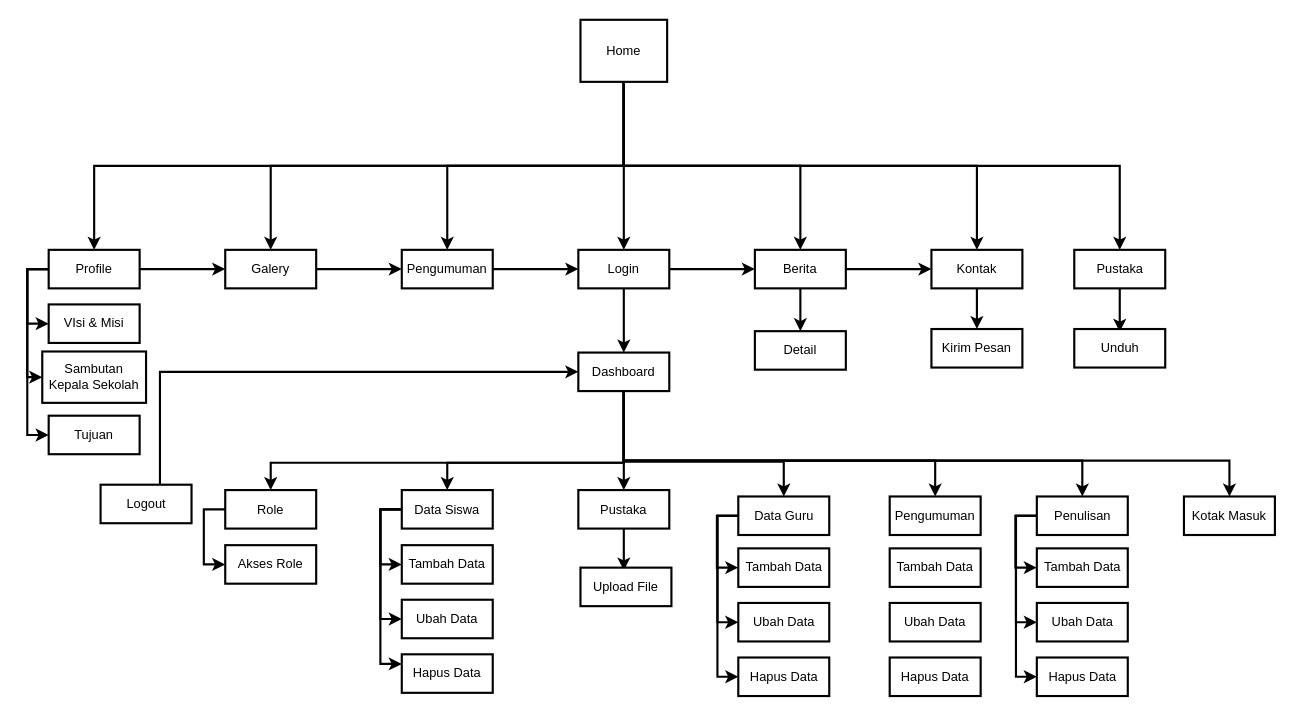
This is page "Page-2" (2 of 4) of Untitled Diagram.drawio from aldonicolaz/siakad-petrus, a draw.io file, before an edit. Source tidied: cells renumbered, new cells numbered last; positions are measured from the earlier drawing's top-left corner, leaving out a move shared by most shapes. Both pictures are drawn from the tidied source at 107%, with x=0, y=0 at pixel (42, 19).
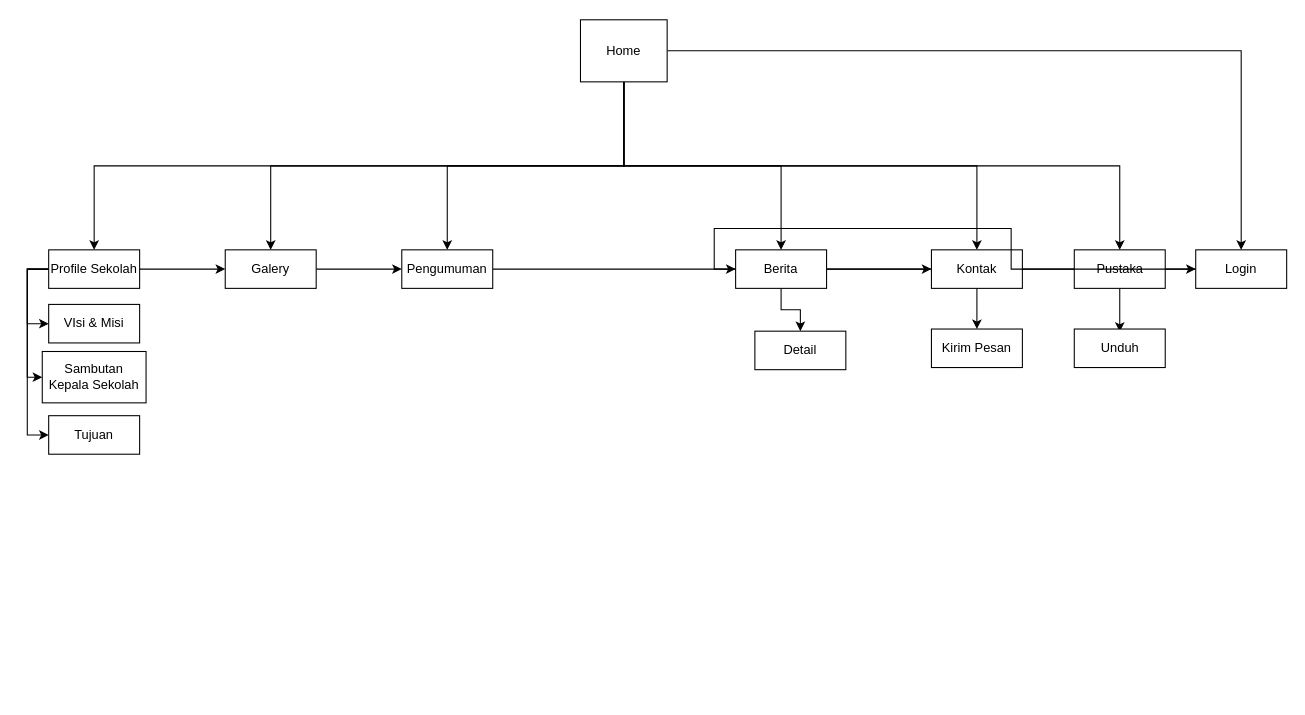
After the change.

The edit, as a diff of the source:
```diff
@@
-    <mxCell id="2" style="edgeStyle=orthogonalEdgeStyle;rounded=0;jettySize=auto;html=1;entryX=0.5;entryY=0;entryDx=0;entryDy=0;exitX=0.5;exitY=1;exitDx=0;exitDy=0;strokeWidth=2;" parent="1" edge="1" source="9" target="14">
+    <mxCell id="2" style="edgeStyle=orthogonalEdgeStyle;rounded=0;jettySize=auto;html=1;entryX=0.5;entryY=0;entryDx=0;entryDy=0;exitX=0.5;exitY=1;exitDx=0;exitDy=0;strokeWidth=1;" parent="1" edge="1" source="9" target="14">
       <mxGeometry relative="1" as="geometry" />
     </mxCell>
-    <mxCell id="3" style="edgeStyle=orthogonalEdgeStyle;rounded=0;jettySize=auto;html=1;exitX=0.5;exitY=1;exitDx=0;exitDy=0;strokeWidth=2;" parent="1" edge="1" source="9" target="16">
+    <mxCell id="3" style="edgeStyle=orthogonalEdgeStyle;rounded=0;jettySize=auto;html=1;exitX=0.5;exitY=1;exitDx=0;exitDy=0;strokeWidth=1;" parent="1" edge="1" source="9" target="16">
       <mxGeometry relative="1" as="geometry" />
     </mxCell>
-    <mxCell id="4" style="edgeStyle=orthogonalEdgeStyle;rounded=0;jettySize=auto;html=1;entryX=0.5;entryY=0;entryDx=0;entryDy=0;exitX=0.5;exitY=1;exitDx=0;exitDy=0;strokeWidth=2;" parent="1" edge="1" source="9" target="18">
+    <mxCell id="4" style="edgeStyle=orthogonalEdgeStyle;rounded=0;jettySize=auto;html=1;entryX=0.5;entryY=0;entryDx=0;entryDy=0;exitX=0.5;exitY=1;exitDx=0;exitDy=0;strokeWidth=1;" parent="1" edge="1" source="9" target="18">
       <mxGeometry relative="1" as="geometry" />
     </mxCell>
-    <mxCell id="5" style="edgeStyle=orthogonalEdgeStyle;rounded=0;jettySize=auto;html=1;exitX=0.5;exitY=1;exitDx=0;exitDy=0;strokeWidth=2;" parent="1" edge="1" source="9" target="29">
+    <mxCell id="5" style="edgeStyle=orthogonalEdgeStyle;rounded=0;jettySize=auto;html=1;exitX=0.5;exitY=1;exitDx=0;exitDy=0;strokeWidth=1;" parent="1" edge="1" source="9" target="29">
       <mxGeometry relative="1" as="geometry" />
     </mxCell>
-    <mxCell id="6" style="edgeStyle=orthogonalEdgeStyle;rounded=0;jettySize=auto;html=1;exitX=0.5;exitY=1;exitDx=0;exitDy=0;strokeWidth=2;" parent="1" edge="1" source="9" target="31">
+    <mxCell id="6" style="edgeStyle=orthogonalEdgeStyle;rounded=0;jettySize=auto;html=1;exitX=0.5;exitY=1;exitDx=0;exitDy=0;strokeWidth=1;" parent="1" edge="1" source="9" target="31">
       <mxGeometry relative="1" as="geometry" />
     </mxCell>
-    <mxCell id="7" style="edgeStyle=orthogonalEdgeStyle;rounded=0;jettySize=auto;html=1;entryX=0.5;entryY=0;entryDx=0;entryDy=0;exitX=0.5;exitY=1;exitDx=0;exitDy=0;strokeWidth=2;" parent="1" edge="1" source="9" target="33">
+    <mxCell id="7" style="edgeStyle=orthogonalEdgeStyle;rounded=0;jettySize=auto;html=1;entryX=0.5;entryY=0;entryDx=0;entryDy=0;exitX=0.5;exitY=1;exitDx=0;exitDy=0;strokeWidth=1;" parent="1" edge="1" source="9" target="33">
       <mxGeometry relative="1" as="geometry" />
     </mxCell>
-    <mxCell id="8" style="edgeStyle=orthogonalEdgeStyle;rounded=0;jettySize=auto;html=1;strokeWidth=2;" parent="1" edge="1" source="9" target="75">
+    <mxCell id="8" style="edgeStyle=orthogonalEdgeStyle;rounded=0;jettySize=auto;html=1;strokeWidth=1;" parent="1" edge="1" source="9" target="75">
       <mxGeometry relative="1" as="geometry" />
     </mxCell>
-    <mxCell id="9" value="Home" style="rounded=0;whiteSpace=wrap;html=1;strokeWidth=2;" parent="1" vertex="1">
+    <mxCell id="9" value="Home" style="rounded=0;whiteSpace=wrap;html=1;strokeWidth=1;" parent="1" vertex="1">
       <mxGeometry x="503" width="81" height="58" as="geometry" />
     </mxCell>
-    <mxCell id="10" style="edgeStyle=orthogonalEdgeStyle;rounded=0;jettySize=auto;html=1;entryX=0;entryY=0.5;entryDx=0;entryDy=0;strokeWidth=2;" parent="1" edge="1" source="14" target="16">
+    <mxCell id="10" style="edgeStyle=orthogonalEdgeStyle;rounded=0;jettySize=auto;html=1;entryX=0;entryY=0.5;entryDx=0;entryDy=0;strokeWidth=1;" parent="1" edge="1" source="14" target="16">
       <mxGeometry relative="1" as="geometry" />
     </mxCell>
-    <mxCell id="11" style="edgeStyle=orthogonalEdgeStyle;rounded=0;jettySize=auto;html=1;entryX=0;entryY=0.5;entryDx=0;entryDy=0;exitX=0;exitY=0.5;exitDx=0;exitDy=0;strokeWidth=2;" parent="1" edge="1" source="14" target="34">
+    <mxCell id="11" style="edgeStyle=orthogonalEdgeStyle;rounded=0;jettySize=auto;html=1;entryX=0;entryY=0.5;entryDx=0;entryDy=0;exitX=0;exitY=0.5;exitDx=0;exitDy=0;strokeWidth=1;" parent="1" edge="1" source="14" target="34">
       <mxGeometry relative="1" as="geometry" />
     </mxCell>
-    <mxCell id="12" style="edgeStyle=orthogonalEdgeStyle;rounded=0;jettySize=auto;html=1;exitX=0;exitY=0.5;exitDx=0;exitDy=0;entryX=0;entryY=0.5;entryDx=0;entryDy=0;strokeWidth=2;" parent="1" edge="1" source="14" target="35">
+    <mxCell id="12" style="edgeStyle=orthogonalEdgeStyle;rounded=0;jettySize=auto;html=1;exitX=0;exitY=0.5;exitDx=0;exitDy=0;entryX=0;entryY=0.5;entryDx=0;entryDy=0;strokeWidth=1;" parent="1" edge="1" source="14" target="35">
       <mxGeometry relative="1" as="geometry" />
     </mxCell>
-    <mxCell id="13" style="edgeStyle=orthogonalEdgeStyle;rounded=0;jettySize=auto;html=1;exitX=0;exitY=0.5;exitDx=0;exitDy=0;entryX=0;entryY=0.5;entryDx=0;entryDy=0;strokeWidth=2;" parent="1" edge="1" source="14" target="36">
+    <mxCell id="13" style="edgeStyle=orthogonalEdgeStyle;rounded=0;jettySize=auto;html=1;exitX=0;exitY=0.5;exitDx=0;exitDy=0;entryX=0;entryY=0.5;entryDx=0;entryDy=0;strokeWidth=1;" parent="1" edge="1" source="14" target="36">
       <mxGeometry relative="1" as="geometry" />
     </mxCell>
-    <mxCell id="14" value="Profile" style="rounded=0;whiteSpace=wrap;html=1;strokeWidth=2;" parent="1" vertex="1">
+    <mxCell id="14" value="Profile Sekolah&lt;br&gt;" style="rounded=0;whiteSpace=wrap;html=1;strokeWidth=1;" parent="1" vertex="1">
       <mxGeometry x="6" y="215" width="85" height="36" as="geometry" />
     </mxCell>
-    <mxCell id="15" style="edgeStyle=orthogonalEdgeStyle;rounded=0;jettySize=auto;html=1;strokeWidth=2;" parent="1" edge="1" source="16" target="18">
+    <mxCell id="15" style="edgeStyle=orthogonalEdgeStyle;rounded=0;jettySize=auto;html=1;strokeWidth=1;" parent="1" edge="1" source="16" target="18">
       <mxGeometry relative="1" as="geometry" />
     </mxCell>
-    <mxCell id="16" value="Galery" style="rounded=0;whiteSpace=wrap;html=1;strokeWidth=2;" parent="1" vertex="1">
+    <mxCell id="16" value="Galery" style="rounded=0;whiteSpace=wrap;html=1;strokeWidth=1;" parent="1" vertex="1">
       <mxGeometry x="171" y="215" width="85" height="36" as="geometry" />
     </mxCell>
-    <mxCell id="17" style="edgeStyle=orthogonalEdgeStyle;rounded=0;jettySize=auto;html=1;entryX=0;entryY=0.5;entryDx=0;entryDy=0;strokeWidth=2;" parent="1" edge="1" source="18" target="75">
+    <mxCell id="17" style="edgeStyle=orthogonalEdgeStyle;rounded=0;jettySize=auto;html=1;entryX=0;entryY=0.5;entryDx=0;entryDy=0;strokeWidth=1;" parent="1" edge="1" source="18" target="75">
       <mxGeometry relative="1" as="geometry" />
     </mxCell>
-    <mxCell id="18" value="Pengumuman" style="rounded=0;whiteSpace=wrap;html=1;strokeWidth=2;" parent="1" vertex="1">
+    <mxCell id="18" value="Pengumuman" style="rounded=0;whiteSpace=wrap;html=1;strokeWidth=1;" parent="1" vertex="1">
       <mxGeometry x="336" y="215" width="85" height="36" as="geometry" />
     </mxCell>
-    <mxCell id="19" style="edgeStyle=orthogonalEdgeStyle;rounded=0;jettySize=auto;html=1;entryX=0.5;entryY=0;entryDx=0;entryDy=0;strokeWidth=2;" parent="1" edge="1" source="26" target="43">
-      <mxGeometry relative="1" as="geometry">
-        <Array as="points">
-          <mxPoint x="544" y="414" />
-          <mxPoint x="214" y="414" />
-        </Array>
-      </mxGeometry>
-    </mxCell>
-    <mxCell id="20" style="edgeStyle=orthogonalEdgeStyle;rounded=0;jettySize=auto;html=1;entryX=0.5;entryY=0;entryDx=0;entryDy=0;strokeWidth=2;" parent="1" edge="1" source="26" target="47">
-      <mxGeometry relative="1" as="geometry">
-        <Array as="points">
-          <mxPoint x="544" y="414" />
-          <mxPoint x="379" y="414" />
-        </Array>
-      </mxGeometry>
-    </mxCell>
-    <mxCell id="21" style="edgeStyle=orthogonalEdgeStyle;rounded=0;jettySize=auto;html=1;strokeWidth=2;" parent="1" edge="1" source="26" target="49">
-      <mxGeometry relative="1" as="geometry" />
-    </mxCell>
-    <mxCell id="22" style="edgeStyle=orthogonalEdgeStyle;rounded=0;jettySize=auto;html=1;strokeWidth=2;" parent="1" edge="1" source="26" target="53">
-      <mxGeometry relative="1" as="geometry">
-        <Array as="points">
-          <mxPoint x="544" y="413" />
-          <mxPoint x="693" y="413" />
-        </Array>
-      </mxGeometry>
-    </mxCell>
-    <mxCell id="23" style="edgeStyle=orthogonalEdgeStyle;rounded=0;jettySize=auto;html=1;entryX=0.5;entryY=0;entryDx=0;entryDy=0;strokeWidth=2;" parent="1" edge="1" source="26" target="54">
-      <mxGeometry relative="1" as="geometry">
-        <Array as="points">
-          <mxPoint x="544" y="412" />
-          <mxPoint x="835" y="412" />
-        </Array>
-      </mxGeometry>
-    </mxCell>
-    <mxCell id="24" style="edgeStyle=orthogonalEdgeStyle;rounded=0;jettySize=auto;html=1;entryX=0.5;entryY=0;entryDx=0;entryDy=0;strokeWidth=2;" parent="1" edge="1" source="26" target="58">
-      <mxGeometry relative="1" as="geometry">
-        <Array as="points">
-          <mxPoint x="544" y="412" />
-          <mxPoint x="972" y="412" />
-        </Array>
-      </mxGeometry>
-    </mxCell>
-    <mxCell id="25" style="edgeStyle=orthogonalEdgeStyle;rounded=0;jettySize=auto;html=1;entryX=0.5;entryY=0;entryDx=0;entryDy=0;strokeWidth=2;" parent="1" edge="1" source="26" target="59">
-      <mxGeometry relative="1" as="geometry">
-        <Array as="points">
-          <mxPoint x="544" y="412" />
-          <mxPoint x="1110" y="412" />
-        </Array>
-      </mxGeometry>
-    </mxCell>
-    <mxCell id="26" value="Dashboard" style="rounded=0;whiteSpace=wrap;html=1;strokeWidth=2;" parent="1" vertex="1">
-      <mxGeometry x="501" y="311" width="85" height="36" as="geometry" />
-    </mxCell>
-    <mxCell id="27" style="edgeStyle=orthogonalEdgeStyle;rounded=0;jettySize=auto;html=1;strokeWidth=2;" parent="1" edge="1" source="29" target="31">
+    <mxCell id="27" style="edgeStyle=orthogonalEdgeStyle;rounded=0;jettySize=auto;html=1;strokeWidth=1;" parent="1" edge="1" source="29" target="31">
       <mxGeometry relative="1" as="geometry" />
     </mxCell>
-    <mxCell id="28" style="edgeStyle=orthogonalEdgeStyle;rounded=0;jettySize=auto;html=1;strokeWidth=2;" parent="1" edge="1" source="29" target="38">
+    <mxCell id="28" style="edgeStyle=orthogonalEdgeStyle;rounded=0;jettySize=auto;html=1;strokeWidth=1;" parent="1" edge="1" source="29" target="38">
       <mxGeometry relative="1" as="geometry" />
     </mxCell>
-    <mxCell id="29" value="Berita" style="rounded=0;whiteSpace=wrap;html=1;strokeWidth=2;" parent="1" vertex="1">
-      <mxGeometry x="666" y="215" width="85" height="36" as="geometry" />
+    <mxCell id="29" value="Berita" style="rounded=0;whiteSpace=wrap;html=1;strokeWidth=1;" parent="1" vertex="1">
+      <mxGeometry x="648" y="215" width="85" height="36" as="geometry" />
     </mxCell>
-    <mxCell id="30" style="edgeStyle=orthogonalEdgeStyle;rounded=0;jettySize=auto;html=1;entryX=0.5;entryY=0;entryDx=0;entryDy=0;strokeWidth=2;" parent="1" edge="1" source="31" target="39">
+    <mxCell id="30" style="edgeStyle=orthogonalEdgeStyle;rounded=0;jettySize=auto;html=1;entryX=0.5;entryY=0;entryDx=0;entryDy=0;strokeWidth=1;" parent="1" edge="1" source="31" target="39">
       <mxGeometry relative="1" as="geometry" />
     </mxCell>
-    <mxCell id="31" value="Kontak" style="rounded=0;whiteSpace=wrap;html=1;strokeWidth=2;" parent="1" vertex="1">
+    <mxCell id="31" value="Kontak" style="rounded=0;whiteSpace=wrap;html=1;strokeWidth=1;" parent="1" vertex="1">
       <mxGeometry x="831" y="215" width="85" height="36" as="geometry" />
     </mxCell>
-    <mxCell id="32" style="edgeStyle=orthogonalEdgeStyle;rounded=0;jettySize=auto;html=1;strokeWidth=2;" parent="1" edge="1" source="33">
+    <mxCell id="32" style="edgeStyle=orthogonalEdgeStyle;rounded=0;jettySize=auto;html=1;strokeWidth=1;" parent="1" edge="1" source="33">
       <mxGeometry relative="1" as="geometry">
         <mxPoint x="1007" y="291.6" as="targetPoint" />
       </mxGeometry>
     </mxCell>
-    <mxCell id="33" value="Pustaka" style="rounded=0;whiteSpace=wrap;html=1;strokeWidth=2;" parent="1" vertex="1">
+    <mxCell id="33" value="Pustaka" style="rounded=0;whiteSpace=wrap;html=1;strokeWidth=1;" parent="1" vertex="1">
       <mxGeometry x="964.5" y="215" width="85" height="36" as="geometry" />
     </mxCell>
-    <mxCell id="34" value="VIsi &amp;amp; Misi" style="rounded=0;whiteSpace=wrap;html=1;strokeWidth=2;" parent="1" vertex="1">
+    <mxCell id="34" value="VIsi &amp;amp; Misi" style="rounded=0;whiteSpace=wrap;html=1;strokeWidth=1;" parent="1" vertex="1">
       <mxGeometry x="6" y="266" width="85" height="36" as="geometry" />
     </mxCell>
-    <mxCell id="35" value="Sambutan Kepala Sekolah" style="rounded=0;whiteSpace=wrap;html=1;strokeWidth=2;" parent="1" vertex="1">
+    <mxCell id="35" value="Sambutan Kepala Sekolah" style="rounded=0;whiteSpace=wrap;html=1;strokeWidth=1;" parent="1" vertex="1">
       <mxGeometry y="310" width="97" height="48" as="geometry" />
     </mxCell>
-    <mxCell id="36" value="Tujuan" style="rounded=0;whiteSpace=wrap;html=1;strokeWidth=2;" parent="1" vertex="1">
+    <mxCell id="36" value="Tujuan" style="rounded=0;whiteSpace=wrap;html=1;strokeWidth=1;" parent="1" vertex="1">
       <mxGeometry x="6" y="370" width="85" height="36" as="geometry" />
     </mxCell>
-    <mxCell id="37" value="Unduh" style="rounded=0;whiteSpace=wrap;html=1;strokeWidth=2;" parent="1" vertex="1">
+    <mxCell id="37" value="Unduh" style="rounded=0;whiteSpace=wrap;html=1;strokeWidth=1;" parent="1" vertex="1">
       <mxGeometry x="964.5" y="289" width="85" height="36" as="geometry" />
     </mxCell>
-    <mxCell id="38" value="Detail" style="rounded=0;whiteSpace=wrap;html=1;strokeWidth=2;" parent="1" vertex="1">
+    <mxCell id="38" value="Detail" style="rounded=0;whiteSpace=wrap;html=1;strokeWidth=1;" parent="1" vertex="1">
       <mxGeometry x="666" y="291" width="85" height="36" as="geometry" />
     </mxCell>
-    <mxCell id="39" value="Kirim Pesan" style="rounded=0;whiteSpace=wrap;html=1;strokeWidth=2;" parent="1" vertex="1">
+    <mxCell id="39" value="Kirim Pesan" style="rounded=0;whiteSpace=wrap;html=1;strokeWidth=1;" parent="1" vertex="1">
       <mxGeometry x="831" y="289" width="85" height="36" as="geometry" />
     </mxCell>
-    <mxCell id="40" style="edgeStyle=orthogonalEdgeStyle;rounded=0;jettySize=auto;html=1;entryX=0;entryY=0.5;entryDx=0;entryDy=0;strokeWidth=2;" parent="1" edge="1" source="41" target="26">
-      <mxGeometry relative="1" as="geometry">
-        <Array as="points">
-          <mxPoint x="110" y="329" />
-        </Array>
-      </mxGeometry>
-    </mxCell>
-    <mxCell id="41" value="Logout" style="rounded=0;whiteSpace=wrap;html=1;strokeWidth=2;" parent="1" vertex="1">
-      <mxGeometry x="54.5" y="434.5" width="85" height="36" as="geometry" />
-    </mxCell>
-    <mxCell id="42" style="edgeStyle=orthogonalEdgeStyle;rounded=0;jettySize=auto;html=1;entryX=0;entryY=0.5;entryDx=0;entryDy=0;strokeWidth=2;exitX=0;exitY=0.5;exitDx=0;exitDy=0;" parent="1" edge="1" source="43" target="60">
-      <mxGeometry relative="1" as="geometry" />
-    </mxCell>
-    <mxCell id="43" value="Role" style="rounded=0;whiteSpace=wrap;html=1;strokeWidth=2;" parent="1" vertex="1">
-      <mxGeometry x="171" y="439.5" width="85" height="36" as="geometry" />
-    </mxCell>
-    <mxCell id="44" style="edgeStyle=orthogonalEdgeStyle;rounded=0;jettySize=auto;html=1;entryX=0;entryY=0.5;entryDx=0;entryDy=0;exitX=0;exitY=0.5;exitDx=0;exitDy=0;strokeWidth=2;" parent="1" edge="1" source="47" target="61">
-      <mxGeometry relative="1" as="geometry" />
-    </mxCell>
-    <mxCell id="45" style="edgeStyle=orthogonalEdgeStyle;rounded=0;jettySize=auto;html=1;entryX=0;entryY=0.5;entryDx=0;entryDy=0;strokeWidth=2;" parent="1" edge="1" source="47" target="62">
-      <mxGeometry relative="1" as="geometry">
-        <Array as="points">
-          <mxPoint x="316" y="458" />
-          <mxPoint x="316" y="560" />
-        </Array>
-      </mxGeometry>
-    </mxCell>
-    <mxCell id="46" style="edgeStyle=orthogonalEdgeStyle;rounded=0;jettySize=auto;html=1;entryX=0;entryY=0.25;entryDx=0;entryDy=0;strokeWidth=2;" parent="1" edge="1" source="47" target="63">
-      <mxGeometry relative="1" as="geometry">
-        <Array as="points">
-          <mxPoint x="316" y="458" />
-          <mxPoint x="316" y="602" />
-        </Array>
-      </mxGeometry>
-    </mxCell>
-    <mxCell id="47" value="Data Siswa" style="rounded=0;whiteSpace=wrap;html=1;strokeWidth=2;" parent="1" vertex="1">
-      <mxGeometry x="336" y="439.5" width="85" height="36" as="geometry" />
-    </mxCell>
-    <mxCell id="48" style="edgeStyle=orthogonalEdgeStyle;rounded=0;jettySize=auto;html=1;strokeWidth=2;" parent="1" edge="1" source="49">
-      <mxGeometry relative="1" as="geometry">
-        <mxPoint x="543.5" y="514.7" as="targetPoint" />
-      </mxGeometry>
-    </mxCell>
-    <mxCell id="49" value="Pustaka" style="rounded=0;whiteSpace=wrap;html=1;strokeWidth=2;" parent="1" vertex="1">
-      <mxGeometry x="501" y="439.5" width="85" height="36" as="geometry" />
-    </mxCell>
-    <mxCell id="50" style="edgeStyle=orthogonalEdgeStyle;rounded=0;jettySize=auto;html=1;entryX=0;entryY=0.5;entryDx=0;entryDy=0;exitX=0;exitY=0.5;exitDx=0;exitDy=0;strokeWidth=2;" parent="1" edge="1" source="53" target="64">
-      <mxGeometry relative="1" as="geometry" />
-    </mxCell>
-    <mxCell id="51" style="edgeStyle=orthogonalEdgeStyle;rounded=0;jettySize=auto;html=1;entryX=0;entryY=0.5;entryDx=0;entryDy=0;strokeWidth=2;" parent="1" edge="1" source="53" target="65">
-      <mxGeometry relative="1" as="geometry">
-        <Array as="points">
-          <mxPoint x="631" y="464" />
-          <mxPoint x="631" y="563" />
-        </Array>
-      </mxGeometry>
-    </mxCell>
-    <mxCell id="52" style="edgeStyle=orthogonalEdgeStyle;rounded=0;jettySize=auto;html=1;entryX=0;entryY=0.5;entryDx=0;entryDy=0;strokeWidth=2;" parent="1" edge="1" source="53" target="66">
-      <mxGeometry relative="1" as="geometry">
-        <Array as="points">
-          <mxPoint x="631" y="464" />
-          <mxPoint x="631" y="614" />
-        </Array>
-      </mxGeometry>
-    </mxCell>
-    <mxCell id="53" value="Data Guru" style="rounded=0;whiteSpace=wrap;html=1;strokeWidth=2;" parent="1" vertex="1">
-      <mxGeometry x="650.5" y="445.5" width="85" height="36" as="geometry" />
-    </mxCell>
-    <mxCell id="54" value="Pengumuman" style="rounded=0;whiteSpace=wrap;html=1;strokeWidth=2;" parent="1" vertex="1">
-      <mxGeometry x="792" y="445.5" width="85" height="36" as="geometry" />
-    </mxCell>
-    <mxCell id="55" style="edgeStyle=orthogonalEdgeStyle;rounded=0;jettySize=auto;html=1;entryX=0;entryY=0.5;entryDx=0;entryDy=0;exitX=0;exitY=0.5;exitDx=0;exitDy=0;strokeWidth=2;" parent="1" edge="1" source="58" target="70">
-      <mxGeometry relative="1" as="geometry" />
-    </mxCell>
-    <mxCell id="56" style="edgeStyle=orthogonalEdgeStyle;rounded=0;jettySize=auto;html=1;entryX=0;entryY=0.5;entryDx=0;entryDy=0;strokeWidth=2;" parent="1" edge="1" source="58" target="71">
-      <mxGeometry relative="1" as="geometry">
-        <Array as="points">
-          <mxPoint x="910" y="464" />
-          <mxPoint x="910" y="563" />
-        </Array>
-      </mxGeometry>
-    </mxCell>
-    <mxCell id="57" style="edgeStyle=orthogonalEdgeStyle;rounded=0;jettySize=auto;html=1;entryX=0;entryY=0.5;entryDx=0;entryDy=0;strokeWidth=2;" parent="1" edge="1" source="58" target="72">
-      <mxGeometry relative="1" as="geometry">
-        <Array as="points">
-          <mxPoint x="910" y="464" />
-          <mxPoint x="910" y="614" />
-        </Array>
-      </mxGeometry>
-    </mxCell>
-    <mxCell id="58" value="Penulisan" style="rounded=0;whiteSpace=wrap;html=1;strokeWidth=2;" parent="1" vertex="1">
-      <mxGeometry x="929.5" y="445.5" width="85" height="36" as="geometry" />
-    </mxCell>
-    <mxCell id="59" value="Kotak Masuk" style="rounded=0;whiteSpace=wrap;html=1;strokeWidth=2;" parent="1" vertex="1">
-      <mxGeometry x="1067" y="445.5" width="85" height="36" as="geometry" />
-    </mxCell>
-    <mxCell id="60" value="Akses Role" style="rounded=0;whiteSpace=wrap;html=1;strokeWidth=2;" parent="1" vertex="1">
-      <mxGeometry x="171" y="491" width="85" height="36" as="geometry" />
-    </mxCell>
-    <mxCell id="61" value="Tambah Data" style="rounded=0;whiteSpace=wrap;html=1;strokeWidth=2;" parent="1" vertex="1">
-      <mxGeometry x="336" y="491" width="85" height="36" as="geometry" />
-    </mxCell>
-    <mxCell id="62" value="Ubah Data" style="rounded=0;whiteSpace=wrap;html=1;strokeWidth=2;" parent="1" vertex="1">
-      <mxGeometry x="336" y="542" width="85" height="36" as="geometry" />
-    </mxCell>
-    <mxCell id="63" value="Hapus Data" style="rounded=0;whiteSpace=wrap;html=1;strokeWidth=2;" parent="1" vertex="1">
-      <mxGeometry x="336" y="593" width="85" height="36" as="geometry" />
-    </mxCell>
-    <mxCell id="64" value="Tambah Data" style="rounded=0;whiteSpace=wrap;html=1;strokeWidth=2;" parent="1" vertex="1">
-      <mxGeometry x="650.5" y="494" width="85" height="36" as="geometry" />
-    </mxCell>
-    <mxCell id="65" value="Ubah Data" style="rounded=0;whiteSpace=wrap;html=1;strokeWidth=2;" parent="1" vertex="1">
-      <mxGeometry x="650.5" y="545" width="85" height="36" as="geometry" />
-    </mxCell>
-    <mxCell id="66" value="Hapus Data" style="rounded=0;whiteSpace=wrap;html=1;strokeWidth=2;" parent="1" vertex="1">
-      <mxGeometry x="650.5" y="596" width="85" height="36" as="geometry" />
-    </mxCell>
-    <mxCell id="67" value="Tambah Data" style="rounded=0;whiteSpace=wrap;html=1;strokeWidth=2;" parent="1" vertex="1">
-      <mxGeometry x="792" y="494" width="85" height="36" as="geometry" />
-    </mxCell>
-    <mxCell id="68" value="Ubah Data" style="rounded=0;whiteSpace=wrap;html=1;strokeWidth=2;" parent="1" vertex="1">
-      <mxGeometry x="792" y="545" width="85" height="36" as="geometry" />
-    </mxCell>
-    <mxCell id="69" value="Hapus Data" style="rounded=0;whiteSpace=wrap;html=1;strokeWidth=2;" parent="1" vertex="1">
-      <mxGeometry x="792" y="596" width="85" height="36" as="geometry" />
-    </mxCell>
-    <mxCell id="70" value="Tambah Data" style="rounded=0;whiteSpace=wrap;html=1;strokeWidth=2;" parent="1" vertex="1">
-      <mxGeometry x="929.5" y="494" width="85" height="36" as="geometry" />
-    </mxCell>
-    <mxCell id="71" value="Ubah Data" style="rounded=0;whiteSpace=wrap;html=1;strokeWidth=2;" parent="1" vertex="1">
-      <mxGeometry x="929.5" y="545" width="85" height="36" as="geometry" />
-    </mxCell>
-    <mxCell id="72" value="Hapus Data" style="rounded=0;whiteSpace=wrap;html=1;strokeWidth=2;" parent="1" vertex="1">
-      <mxGeometry x="929.5" y="596" width="85" height="36" as="geometry" />
-    </mxCell>
-    <mxCell id="73" style="edgeStyle=orthogonalEdgeStyle;rounded=0;jettySize=auto;html=1;entryX=0;entryY=0.5;entryDx=0;entryDy=0;strokeWidth=2;" parent="1" edge="1" source="75" target="29">
+    <mxCell id="73" style="edgeStyle=orthogonalEdgeStyle;rounded=0;jettySize=auto;html=1;entryX=0;entryY=0.5;entryDx=0;entryDy=0;strokeWidth=1;" parent="1" edge="1" source="75" target="29">
       <mxGeometry relative="1" as="geometry" />
     </mxCell>
-    <mxCell id="74" style="edgeStyle=orthogonalEdgeStyle;rounded=0;jettySize=auto;html=1;entryX=0.5;entryY=0;entryDx=0;entryDy=0;strokeWidth=2;" parent="1" edge="1" source="75" target="26">
-      <mxGeometry relative="1" as="geometry" />
-    </mxCell>
-    <mxCell id="75" value="Login" style="rounded=0;whiteSpace=wrap;html=1;strokeWidth=2;" parent="1" vertex="1">
-      <mxGeometry x="501" y="215" width="85" height="36" as="geometry" />
+    <mxCell id="75" value="Login" style="rounded=0;whiteSpace=wrap;html=1;strokeWidth=1;" parent="1" vertex="1">
+      <mxGeometry x="1078" y="215" width="85" height="36" as="geometry" />
     </mxCell>
-    <mxCell id="76" value="Upload File" style="rounded=0;whiteSpace=wrap;html=1;strokeWidth=2;" parent="1" vertex="1">
-      <mxGeometry x="503" y="512" width="85" height="36" as="geometry" />
-    </mxCell>
```
